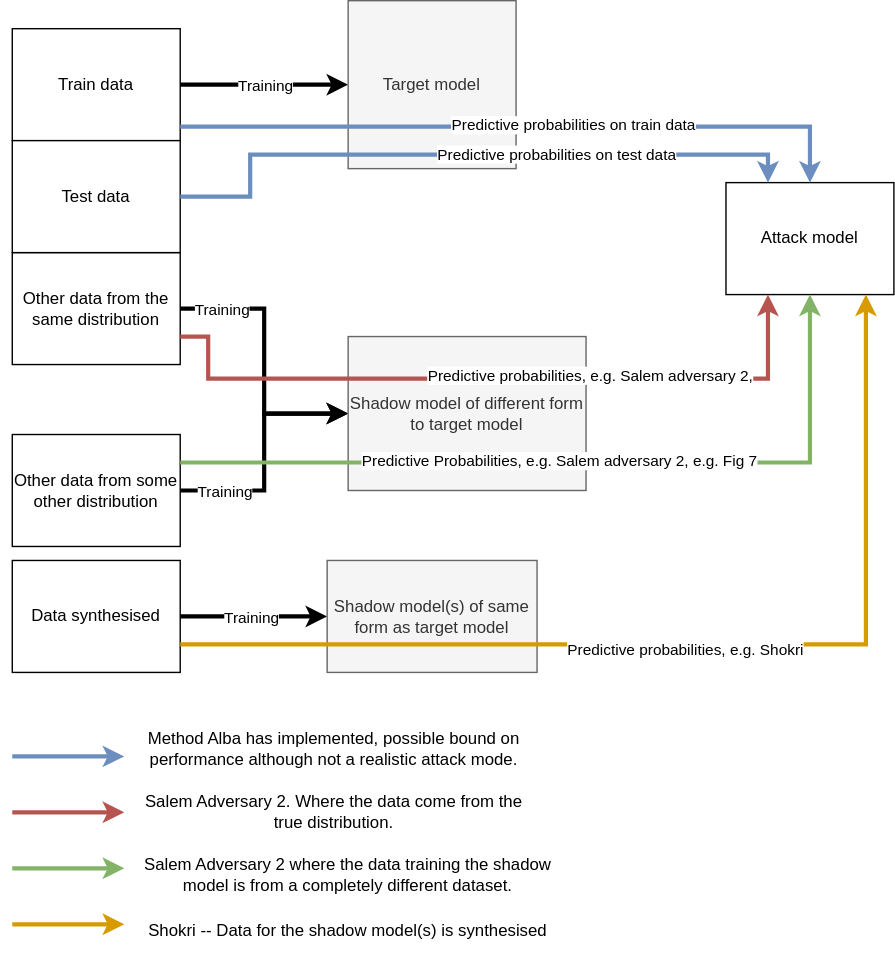
Above: documentation/attacks.svg in UWE-AI-GROUP/GRAIMATTER-TEST (draw.io), before the change. Source tidied: cells renumbered, new cells last; positions are measured from the earlier drawing's top-left corner, leaving out a move shared by most shapes. Source of this version:
```xml
<mxGraphModel>
  <root>
    <mxCell id="0" />
    <mxCell id="1" parent="0" />
    <mxCell id="2" style="edgeStyle=orthogonalEdgeStyle;rounded=0;jettySize=auto;html=1;entryX=0;entryY=0.5;entryDx=0;entryDy=0;strokeWidth=3;" parent="1" edge="1" source="4" target="9">
      <mxGeometry relative="1" as="geometry" />
    </mxCell>
    <mxCell id="3" value="Training" style="edgeLabel;html=1;align=center;verticalAlign=middle;" parent="2" vertex="1">
      <mxGeometry x="-0.27" y="-1" relative="1" as="geometry">
        <mxPoint x="16" y="-1" as="offset" />
      </mxGeometry>
    </mxCell>
    <mxCell id="4" value="Train data" style="rounded=0;whiteSpace=wrap;html=1;" parent="1" vertex="1">
      <mxGeometry y="20" width="120" height="80" as="geometry" />
    </mxCell>
    <mxCell id="5" style="edgeStyle=orthogonalEdgeStyle;rounded=0;jettySize=auto;html=1;entryX=0;entryY=0.5;entryDx=0;entryDy=0;strokeWidth=3;" parent="1" edge="1" source="7" target="13">
      <mxGeometry relative="1" as="geometry" />
    </mxCell>
    <mxCell id="6" value="Training" style="edgeLabel;html=1;align=center;verticalAlign=middle;" parent="5" vertex="1">
      <mxGeometry x="-0.83" y="1" relative="1" as="geometry">
        <mxPoint x="13" y="1" as="offset" />
      </mxGeometry>
    </mxCell>
    <mxCell id="7" value="Other data from the same distribution" style="rounded=0;whiteSpace=wrap;html=1;" parent="1" vertex="1">
      <mxGeometry y="180" width="120" height="80" as="geometry" />
    </mxCell>
    <mxCell id="8" value="Test data" style="rounded=0;whiteSpace=wrap;html=1;" parent="1" vertex="1">
      <mxGeometry y="100" width="120" height="80" as="geometry" />
    </mxCell>
    <mxCell id="9" value="Target model" style="rounded=0;whiteSpace=wrap;html=1;fillColor=#f5f5f5;fontColor=#333333;strokeColor=#666666;" parent="1" vertex="1">
      <mxGeometry x="240" width="120" height="120" as="geometry" />
    </mxCell>
    <mxCell id="10" style="edgeStyle=orthogonalEdgeStyle;rounded=0;jettySize=auto;html=1;entryX=0;entryY=0.5;entryDx=0;entryDy=0;strokeWidth=3;" parent="1" edge="1" source="12" target="13">
      <mxGeometry relative="1" as="geometry" />
    </mxCell>
    <mxCell id="11" value="Training" style="edgeLabel;html=1;align=center;verticalAlign=middle;" parent="10" vertex="1">
      <mxGeometry x="-0.81" relative="1" as="geometry">
        <mxPoint x="14" as="offset" />
      </mxGeometry>
    </mxCell>
    <mxCell id="12" value="Other data from some other distribution" style="rounded=0;whiteSpace=wrap;html=1;" parent="1" vertex="1">
      <mxGeometry y="310" width="120" height="80" as="geometry" />
    </mxCell>
    <mxCell id="13" value="Shadow model of different form to target model" style="rounded=0;whiteSpace=wrap;html=1;fillColor=#f5f5f5;fontColor=#333333;strokeColor=#666666;" parent="1" vertex="1">
      <mxGeometry x="240" y="240" width="170" height="110" as="geometry" />
    </mxCell>
    <mxCell id="14" value="Attack model" style="rounded=0;whiteSpace=wrap;html=1;" parent="1" vertex="1">
      <mxGeometry x="510" y="130" width="120" height="80" as="geometry" />
    </mxCell>
    <mxCell id="15" style="edgeStyle=orthogonalEdgeStyle;rounded=0;jettySize=auto;html=1;strokeWidth=3;fillColor=#dae8fc;strokeColor=#6c8ebf;" parent="1" edge="1" target="14">
      <mxGeometry relative="1" as="geometry">
        <mxPoint x="120" y="90" as="sourcePoint" />
        <Array as="points">
          <mxPoint x="120" y="90" />
          <mxPoint x="570" y="90" />
        </Array>
      </mxGeometry>
    </mxCell>
    <mxCell id="16" value="Predictive probabilities on train data" style="edgeLabel;html=1;align=center;verticalAlign=middle;" parent="15" vertex="1">
      <mxGeometry x="0.14" y="2" relative="1" as="geometry" />
    </mxCell>
    <mxCell id="17" style="edgeStyle=orthogonalEdgeStyle;rounded=0;jettySize=auto;html=1;exitX=1;exitY=0.5;exitDx=0;exitDy=0;entryX=0.25;entryY=0;entryDx=0;entryDy=0;strokeWidth=3;fillColor=#dae8fc;strokeColor=#6c8ebf;" parent="1" edge="1" source="8" target="14">
      <mxGeometry relative="1" as="geometry">
        <Array as="points">
          <mxPoint x="170" y="140" />
          <mxPoint x="170" y="110" />
          <mxPoint x="540" y="110" />
        </Array>
      </mxGeometry>
    </mxCell>
    <mxCell id="18" value="Predictive probabilities on test data" style="edgeLabel;html=1;align=center;verticalAlign=middle;" parent="17" vertex="1">
      <mxGeometry x="0.27" y="1" relative="1" as="geometry" />
    </mxCell>
    <mxCell id="19" style="edgeStyle=orthogonalEdgeStyle;rounded=0;jettySize=auto;html=1;exitX=1;exitY=0.75;exitDx=0;exitDy=0;entryX=0.25;entryY=1;entryDx=0;entryDy=0;strokeWidth=3;fillColor=#f8cecc;strokeColor=#b85450;" parent="1" edge="1" source="7" target="14">
      <mxGeometry relative="1" as="geometry">
        <Array as="points">
          <mxPoint x="140" y="240" />
          <mxPoint x="140" y="270" />
          <mxPoint x="540" y="270" />
        </Array>
      </mxGeometry>
    </mxCell>
    <mxCell id="20" value="Predictive probabilities, e.g. Salem adversary 2," style="edgeLabel;html=1;align=center;verticalAlign=middle;" parent="19" vertex="1">
      <mxGeometry x="0.26" y="3" relative="1" as="geometry" />
    </mxCell>
    <mxCell id="21" style="edgeStyle=orthogonalEdgeStyle;rounded=0;jettySize=auto;html=1;exitX=1;exitY=0.25;exitDx=0;exitDy=0;strokeWidth=3;fillColor=#d5e8d4;strokeColor=#82b366;" parent="1" edge="1" source="12">
      <mxGeometry relative="1" as="geometry">
        <mxPoint x="570" y="210" as="targetPoint" />
        <Array as="points">
          <mxPoint x="570" y="330" />
          <mxPoint x="570" y="210" />
        </Array>
      </mxGeometry>
    </mxCell>
    <mxCell id="22" value="Predictive Probabilities, e.g. Salem adversary 2, e.g. Fig 7" style="edgeLabel;html=1;align=center;verticalAlign=middle;" parent="21" vertex="1">
      <mxGeometry x="0.03" y="2" relative="1" as="geometry">
        <mxPoint x="-24" as="offset" />
      </mxGeometry>
    </mxCell>
    <mxCell id="23" style="endArrow=classic;html=1;rounded=0;strokeWidth=3;fillColor=#dae8fc;strokeColor=#6c8ebf;" parent="1" edge="1">
      <mxGeometry relative="1" as="geometry">
        <mxPoint y="540" as="sourcePoint" />
        <mxPoint x="80" y="540" as="targetPoint" />
      </mxGeometry>
    </mxCell>
    <mxCell id="24" style="endArrow=classic;html=1;rounded=0;strokeWidth=3;fillColor=#f8cecc;strokeColor=#b85450;" parent="1" edge="1">
      <mxGeometry relative="1" as="geometry">
        <mxPoint y="580" as="sourcePoint" />
        <mxPoint x="80" y="580" as="targetPoint" />
      </mxGeometry>
    </mxCell>
    <mxCell id="25" style="endArrow=classic;html=1;rounded=0;strokeWidth=3;fillColor=#d5e8d4;strokeColor=#82b366;" parent="1" edge="1">
      <mxGeometry relative="1" as="geometry">
        <mxPoint y="620" as="sourcePoint" />
        <mxPoint x="80" y="620" as="targetPoint" />
      </mxGeometry>
    </mxCell>
    <mxCell id="26" value="Method Alba has implemented, possible bound on performance although not a realistic attack mode." style="text;html=1;strokeColor=none;fillColor=none;align=center;verticalAlign=middle;whiteSpace=wrap;rounded=0;" parent="1" vertex="1">
      <mxGeometry x="90" y="520" width="280" height="30" as="geometry" />
    </mxCell>
    <mxCell id="27" value="Salem Adversary 2. Where the data come from the true distribution." style="text;html=1;strokeColor=none;fillColor=none;align=center;verticalAlign=middle;whiteSpace=wrap;rounded=0;" parent="1" vertex="1">
      <mxGeometry x="90" y="565" width="280" height="30" as="geometry" />
    </mxCell>
    <mxCell id="28" style="edgeStyle=orthogonalEdgeStyle;rounded=0;jettySize=auto;html=1;entryX=0;entryY=0.5;entryDx=0;entryDy=0;strokeWidth=3;" parent="1" edge="1" source="30" target="34">
      <mxGeometry relative="1" as="geometry" />
    </mxCell>
    <mxCell id="29" value="Training" style="edgeLabel;html=1;align=center;verticalAlign=middle;" parent="28" vertex="1">
      <mxGeometry x="-0.24" y="2" relative="1" as="geometry">
        <mxPoint x="10" y="2" as="offset" />
      </mxGeometry>
    </mxCell>
    <mxCell id="30" value="Data synthesised" style="rounded=0;whiteSpace=wrap;html=1;" parent="1" vertex="1">
      <mxGeometry y="400" width="120" height="80" as="geometry" />
    </mxCell>
    <mxCell id="31" style="endArrow=classic;html=1;rounded=0;strokeWidth=3;fillColor=#ffe6cc;strokeColor=#d79b00;" parent="1" edge="1">
      <mxGeometry relative="1" as="geometry">
        <mxPoint y="660" as="sourcePoint" />
        <mxPoint x="80" y="660" as="targetPoint" />
      </mxGeometry>
    </mxCell>
    <mxCell id="32" value="Salem Adversary 2 where the data training the shadow model is from a completely different dataset." style="text;html=1;strokeColor=none;fillColor=none;align=center;verticalAlign=middle;whiteSpace=wrap;rounded=0;" parent="1" vertex="1">
      <mxGeometry x="90" y="610" width="300" height="30" as="geometry" />
    </mxCell>
    <mxCell id="33" value="Shokri -- Data for the shadow model(s) is synthesised" style="text;html=1;strokeColor=none;fillColor=none;align=center;verticalAlign=middle;whiteSpace=wrap;rounded=0;" parent="1" vertex="1">
      <mxGeometry x="90" y="650" width="300" height="30" as="geometry" />
    </mxCell>
    <mxCell id="34" value="Shadow model(s) of same form as target model" style="rounded=0;whiteSpace=wrap;html=1;fillColor=#f5f5f5;fontColor=#333333;strokeColor=#666666;" parent="1" vertex="1">
      <mxGeometry x="225" y="400" width="150" height="80" as="geometry" />
    </mxCell>
    <mxCell id="35" style="edgeStyle=orthogonalEdgeStyle;rounded=0;jettySize=auto;html=1;strokeWidth=3;fillColor=#ffe6cc;strokeColor=#d79b00;" parent="1" edge="1" source="30">
      <mxGeometry relative="1" as="geometry">
        <mxPoint x="610" y="210" as="targetPoint" />
        <Array as="points">
          <mxPoint x="610" y="460" />
        </Array>
      </mxGeometry>
    </mxCell>
    <mxCell id="36" value="Predictive probabilities, e.g. Shokri" style="edgeLabel;html=1;align=center;verticalAlign=middle;" parent="35" vertex="1">
      <mxGeometry x="-0.03" y="-3" relative="1" as="geometry" />
    </mxCell>
  </root>
</mxGraphModel>
```
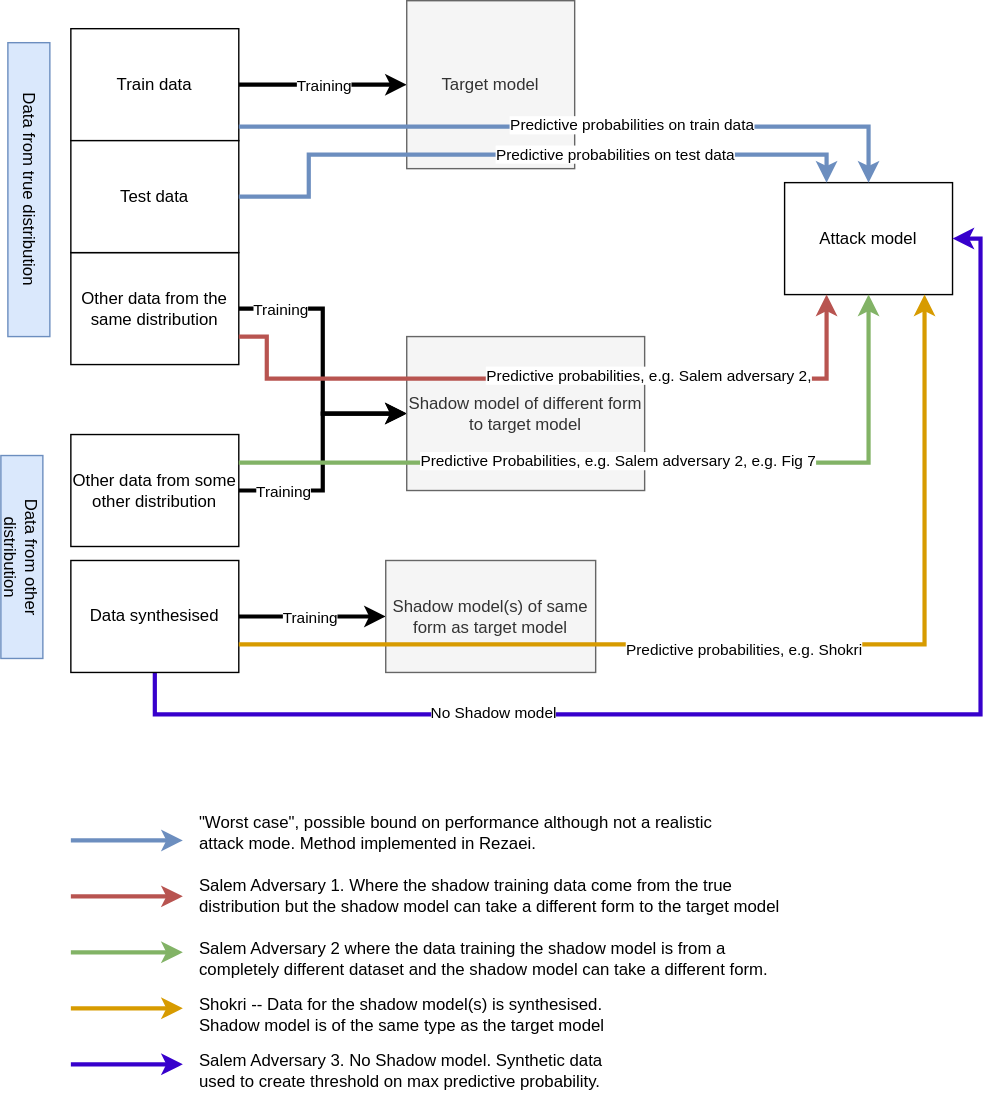
After the change.

Commit message:
updated figure to include Salem 3 and add note about worst case

The edit, as a diff of the source:
```diff
@@ -99,27 +99,27 @@
     </mxCell>
     <mxCell id="23" style="endArrow=classic;html=1;rounded=0;strokeWidth=3;fillColor=#dae8fc;strokeColor=#6c8ebf;" parent="1" edge="1">
       <mxGeometry relative="1" as="geometry">
-        <mxPoint y="540" as="sourcePoint" />
-        <mxPoint x="80" y="540" as="targetPoint" />
+        <mxPoint y="600" as="sourcePoint" />
+        <mxPoint x="80" y="600" as="targetPoint" />
       </mxGeometry>
     </mxCell>
     <mxCell id="24" style="endArrow=classic;html=1;rounded=0;strokeWidth=3;fillColor=#f8cecc;strokeColor=#b85450;" parent="1" edge="1">
       <mxGeometry relative="1" as="geometry">
-        <mxPoint y="580" as="sourcePoint" />
-        <mxPoint x="80" y="580" as="targetPoint" />
+        <mxPoint y="640" as="sourcePoint" />
+        <mxPoint x="80" y="640" as="targetPoint" />
       </mxGeometry>
     </mxCell>
     <mxCell id="25" style="endArrow=classic;html=1;rounded=0;strokeWidth=3;fillColor=#d5e8d4;strokeColor=#82b366;" parent="1" edge="1">
       <mxGeometry relative="1" as="geometry">
-        <mxPoint y="620" as="sourcePoint" />
-        <mxPoint x="80" y="620" as="targetPoint" />
+        <mxPoint y="680" as="sourcePoint" />
+        <mxPoint x="80" y="680" as="targetPoint" />
       </mxGeometry>
     </mxCell>
-    <mxCell id="26" value="Method Alba has implemented, possible bound on performance although not a realistic attack mode." style="text;html=1;strokeColor=none;fillColor=none;align=center;verticalAlign=middle;whiteSpace=wrap;rounded=0;" parent="1" vertex="1">
-      <mxGeometry x="90" y="520" width="280" height="30" as="geometry" />
+    <mxCell id="26" value="&quot;Worst case&quot;, possible bound on performance although not a realistic attack mode. Method implemented in Rezaei." style="text;html=1;strokeColor=none;fillColor=none;align=left;verticalAlign=middle;whiteSpace=wrap;rounded=0;" parent="1" vertex="1">
+      <mxGeometry x="90" y="580" width="390" height="30" as="geometry" />
     </mxCell>
-    <mxCell id="27" value="Salem Adversary 2. Where the data come from the true distribution." style="text;html=1;strokeColor=none;fillColor=none;align=center;verticalAlign=middle;whiteSpace=wrap;rounded=0;" parent="1" vertex="1">
-      <mxGeometry x="90" y="565" width="280" height="30" as="geometry" />
+    <mxCell id="27" value="Salem Adversary 1. Where the shadow training data come from the true distribution but the shadow model can take a different form to the target model" style="text;html=1;strokeColor=none;fillColor=none;align=left;verticalAlign=middle;whiteSpace=wrap;rounded=0;" parent="1" vertex="1">
+      <mxGeometry x="90" y="624.5" width="430" height="30" as="geometry" />
     </mxCell>
     <mxCell id="28" style="edgeStyle=orthogonalEdgeStyle;rounded=0;jettySize=auto;html=1;entryX=0;entryY=0.5;entryDx=0;entryDy=0;strokeWidth=3;" parent="1" edge="1" source="30" target="34">
       <mxGeometry relative="1" as="geometry" />
@@ -129,20 +129,32 @@
         <mxPoint x="10" y="2" as="offset" />
       </mxGeometry>
     </mxCell>
+    <mxCell id="37" style="edgeStyle=orthogonalEdgeStyle;rounded=0;jettySize=auto;html=1;entryX=1;entryY=0.5;entryDx=0;entryDy=0;fillColor=#6a00ff;strokeColor=#3700CC;strokeWidth=3;" parent="1" edge="1" source="30" target="14">
+      <mxGeometry relative="1" as="geometry">
+        <Array as="points">
+          <mxPoint x="60" y="510" />
+          <mxPoint x="650" y="510" />
+          <mxPoint x="650" y="170" />
+        </Array>
+      </mxGeometry>
+    </mxCell>
+    <mxCell id="38" value="No Shadow model" style="edgeLabel;html=1;align=center;verticalAlign=middle;" parent="37" vertex="1">
+      <mxGeometry x="-0.45" y="2" relative="1" as="geometry" />
+    </mxCell>
     <mxCell id="30" value="Data synthesised" style="rounded=0;whiteSpace=wrap;html=1;" parent="1" vertex="1">
       <mxGeometry y="400" width="120" height="80" as="geometry" />
     </mxCell>
     <mxCell id="31" style="endArrow=classic;html=1;rounded=0;strokeWidth=3;fillColor=#ffe6cc;strokeColor=#d79b00;" parent="1" edge="1">
       <mxGeometry relative="1" as="geometry">
-        <mxPoint y="660" as="sourcePoint" />
-        <mxPoint x="80" y="660" as="targetPoint" />
+        <mxPoint y="720" as="sourcePoint" />
+        <mxPoint x="80" y="720" as="targetPoint" />
       </mxGeometry>
     </mxCell>
-    <mxCell id="32" value="Salem Adversary 2 where the data training the shadow model is from a completely different dataset." style="text;html=1;strokeColor=none;fillColor=none;align=center;verticalAlign=middle;whiteSpace=wrap;rounded=0;" parent="1" vertex="1">
-      <mxGeometry x="90" y="610" width="300" height="30" as="geometry" />
+    <mxCell id="32" value="Salem Adversary 2 where the data training the shadow model is from a completely different dataset and the shadow model can take a different form." style="text;html=1;strokeColor=none;fillColor=none;align=left;verticalAlign=middle;whiteSpace=wrap;rounded=0;" parent="1" vertex="1">
+      <mxGeometry x="90" y="670" width="420" height="30" as="geometry" />
     </mxCell>
-    <mxCell id="33" value="Shokri -- Data for the shadow model(s) is synthesised" style="text;html=1;strokeColor=none;fillColor=none;align=center;verticalAlign=middle;whiteSpace=wrap;rounded=0;" parent="1" vertex="1">
-      <mxGeometry x="90" y="650" width="300" height="30" as="geometry" />
+    <mxCell id="33" value="Shokri -- Data for the shadow model(s) is synthesised. Shadow model is of the same type as the target model" style="text;html=1;strokeColor=none;fillColor=none;align=left;verticalAlign=middle;whiteSpace=wrap;rounded=0;" parent="1" vertex="1">
+      <mxGeometry x="90" y="710" width="300" height="30" as="geometry" />
     </mxCell>
     <mxCell id="34" value="Shadow model(s) of same form as target model" style="rounded=0;whiteSpace=wrap;html=1;fillColor=#f5f5f5;fontColor=#333333;strokeColor=#666666;" parent="1" vertex="1">
       <mxGeometry x="225" y="400" width="150" height="80" as="geometry" />
@@ -158,5 +170,20 @@
     <mxCell id="36" value="Predictive probabilities, e.g. Shokri" style="edgeLabel;html=1;align=center;verticalAlign=middle;" parent="35" vertex="1">
       <mxGeometry x="-0.03" y="-3" relative="1" as="geometry" />
     </mxCell>
+    <mxCell id="39" style="endArrow=classic;html=1;rounded=0;strokeWidth=3;fillColor=#6a00ff;strokeColor=#3700CC;" parent="1" edge="1">
+      <mxGeometry relative="1" as="geometry">
+        <mxPoint y="760" as="sourcePoint" />
+        <mxPoint x="80" y="760" as="targetPoint" />
+      </mxGeometry>
+    </mxCell>
+    <mxCell id="40" value="Salem Adversary 3. No Shadow model. Synthetic data used to create threshold on max predictive probability.&amp;nbsp;" style="text;html=1;strokeColor=none;fillColor=none;align=left;verticalAlign=middle;whiteSpace=wrap;rounded=0;" parent="1" vertex="1">
+      <mxGeometry x="90" y="750" width="300" height="30" as="geometry" />
+    </mxCell>
+    <mxCell id="41" value="Data from true distribution" style="text;html=1;strokeColor=#6c8ebf;fillColor=#dae8fc;align=center;verticalAlign=middle;whiteSpace=wrap;rounded=0;rotation=90;" parent="1" vertex="1">
+      <mxGeometry x="-135" y="120" width="210" height="30" as="geometry" />
+    </mxCell>
+    <mxCell id="42" value="Data from other distribution" style="text;html=1;strokeColor=#6c8ebf;fillColor=#dae8fc;align=center;verticalAlign=middle;whiteSpace=wrap;rounded=0;rotation=90;" parent="1" vertex="1">
+      <mxGeometry x="-107.5" y="382.5" width="145" height="30" as="geometry" />
+    </mxCell>
   </root>
 </mxGraphModel>
```
